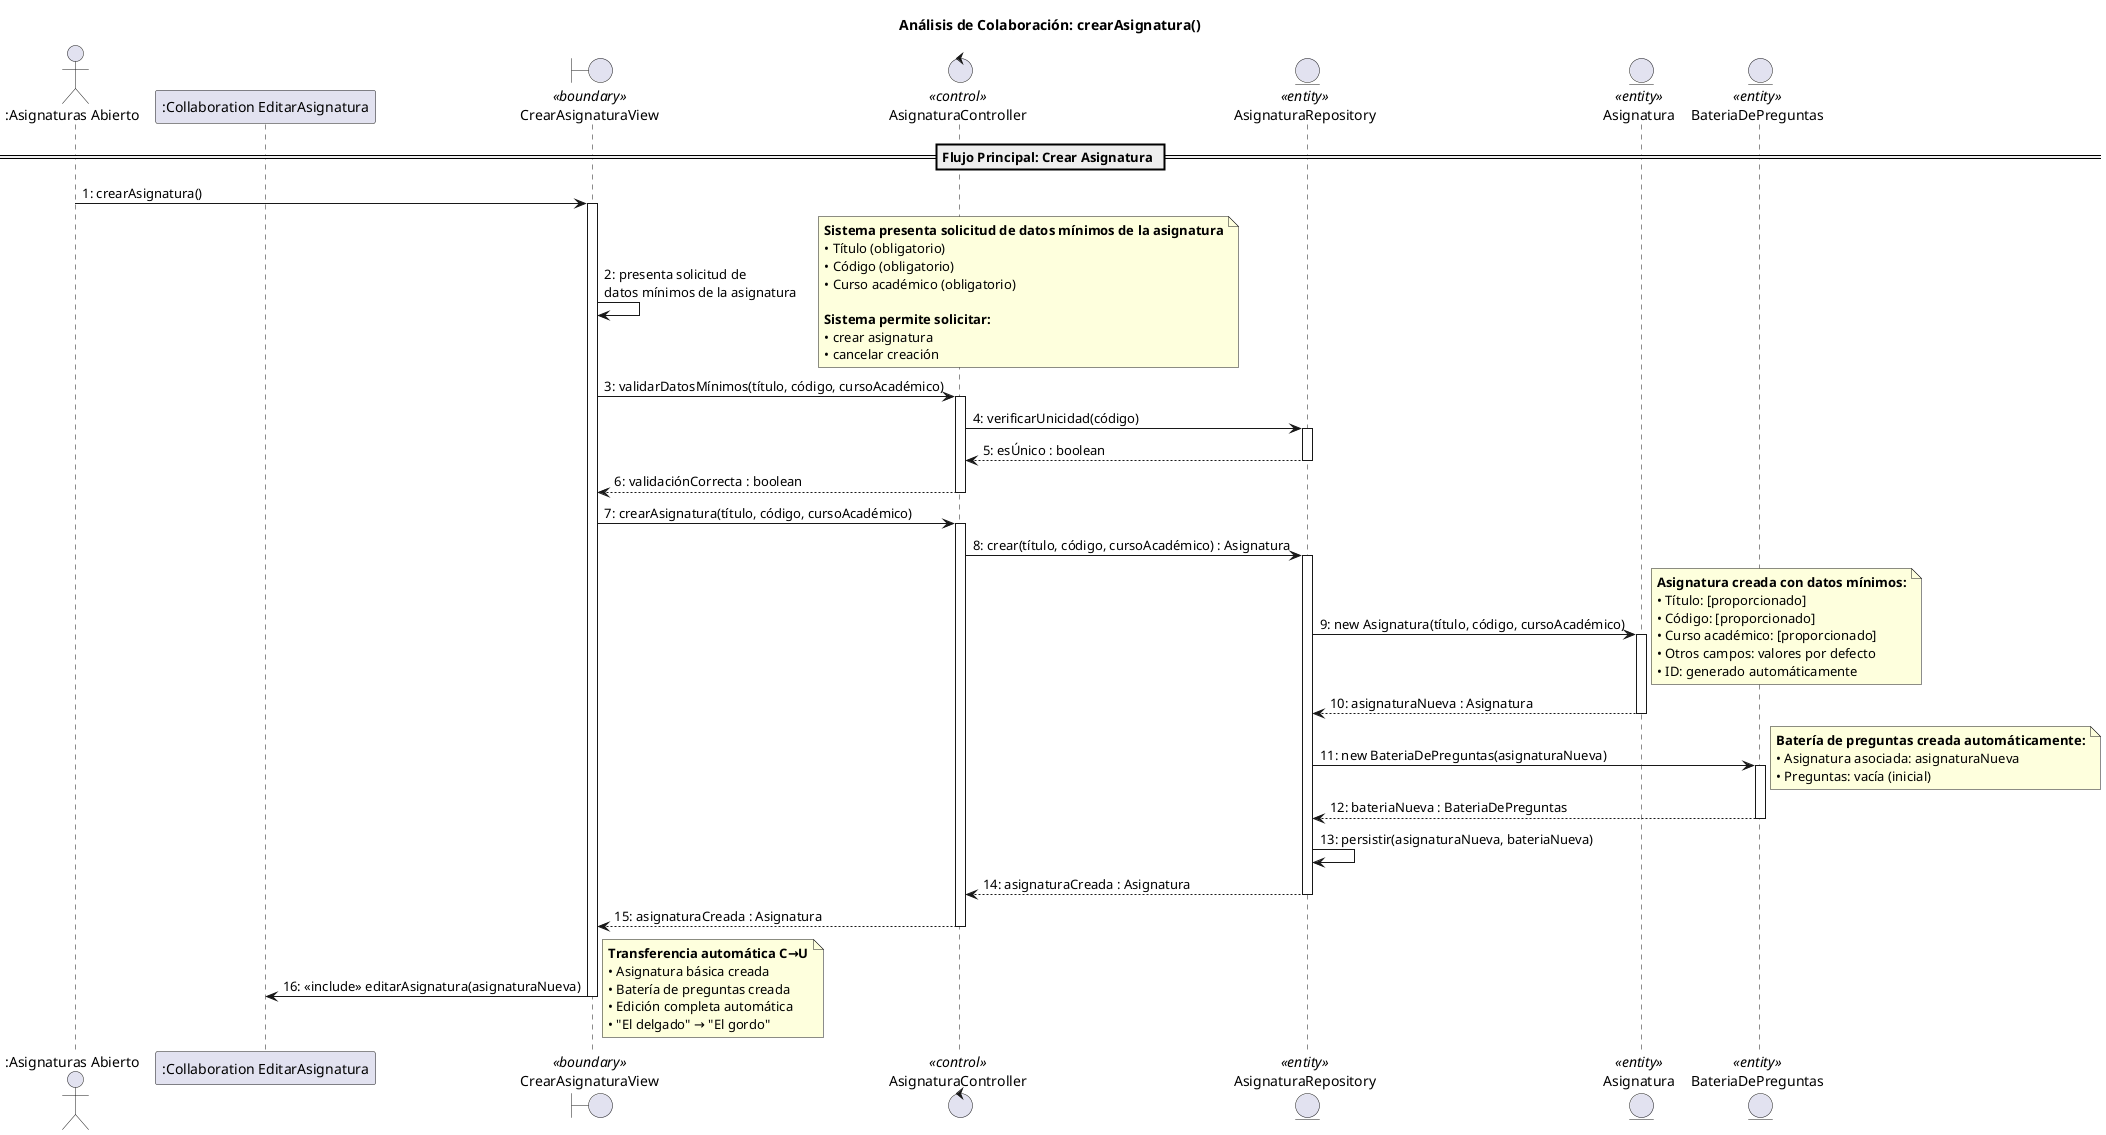
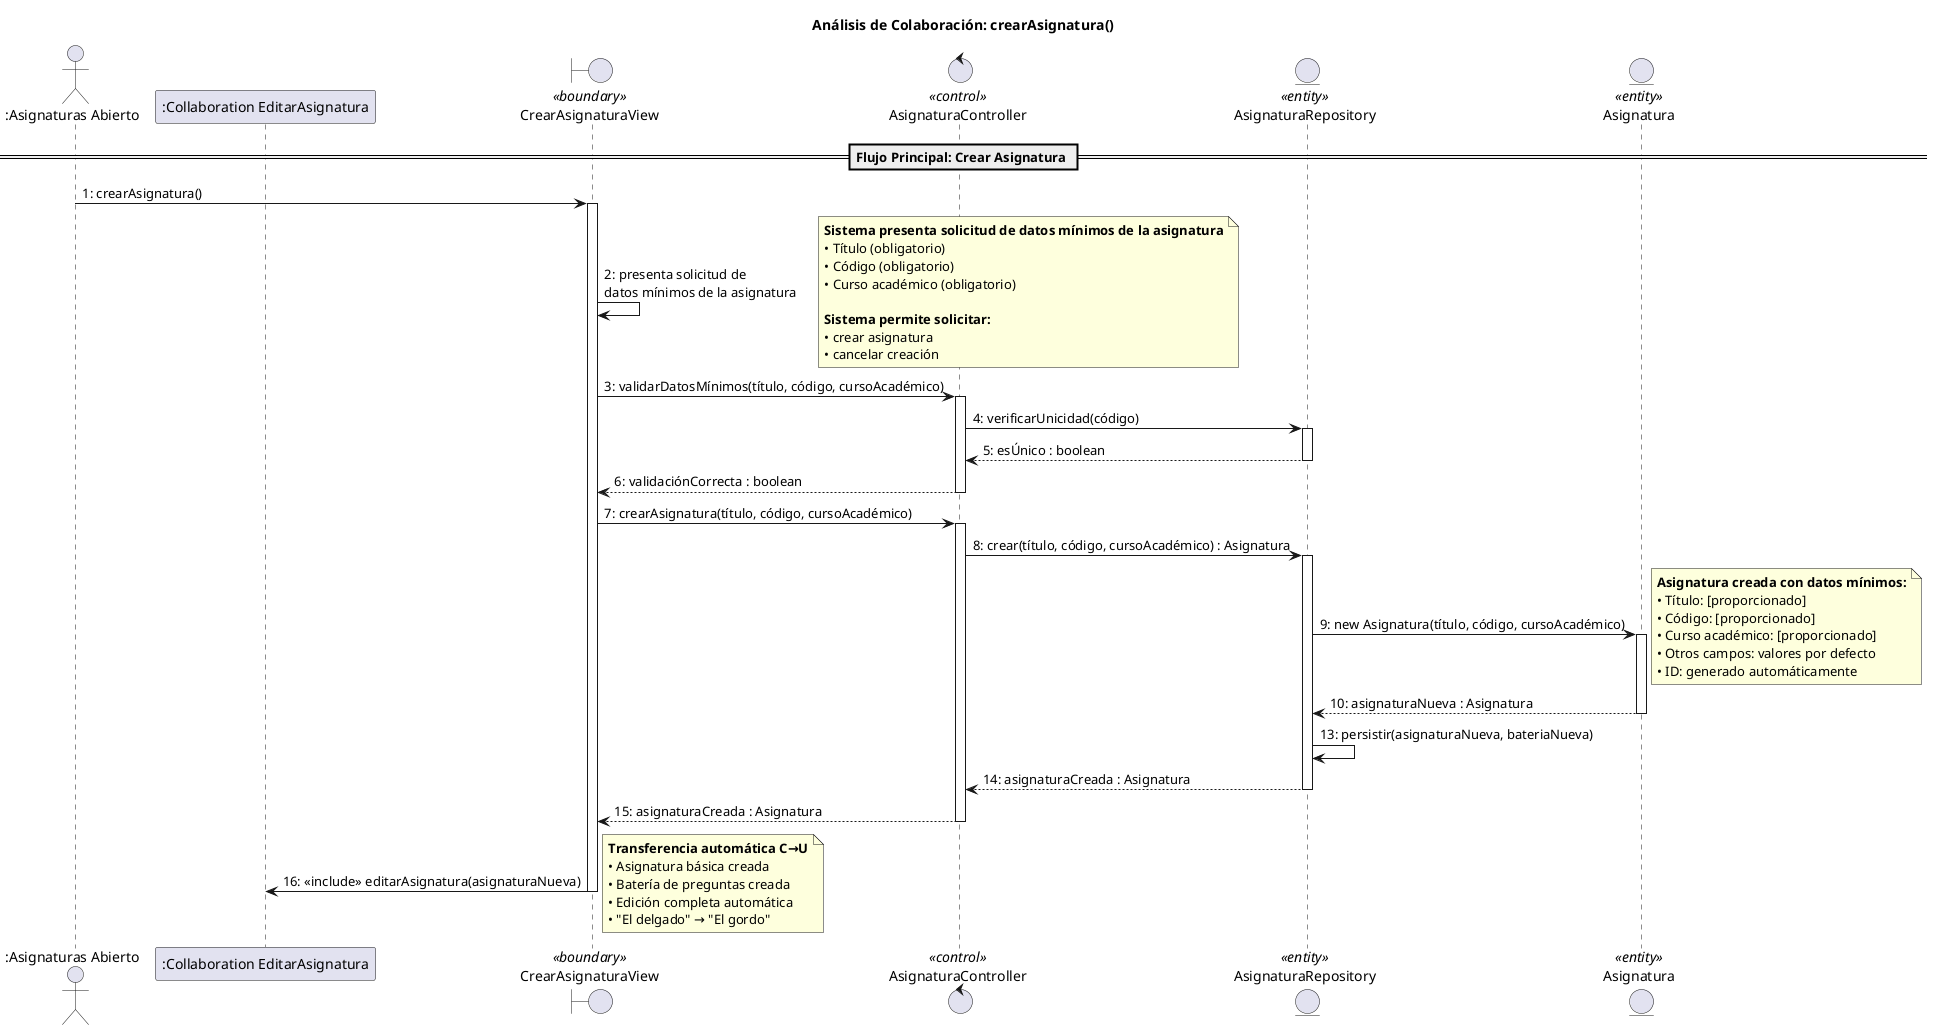
@startuml crearAsignatura-analisis-secuencia

skinparam linetype polyline

' Actores externos
actor ":Asignaturas Abierto" as AsignaturasAbierto
participant ":Collaboration EditarAsignatura" as EditarAsignatura

' Clases de análisis - Vista (Boundary)
boundary "CrearAsignaturaView" as Vista <<boundary>>

' Clases de análisis - Control
control "AsignaturaController" as Controlador <<control>>

' Clases de análisis - Entidad (Entity)
entity "AsignaturaRepository" as Repositorio <<entity>>
entity "Asignatura" as AsignaturaEntity <<entity>>
- entity "BateriaDePreguntas" as BateriaEntity <<entity>>

title Análisis de Colaboración: crearAsignatura()

== Flujo Principal: Crear Asignatura ==

AsignaturasAbierto -> Vista : 1: crearAsignatura()
activate Vista

Vista -> Vista : 2: presenta solicitud de\ndatos mínimos de la asignatura
note right
**Sistema presenta solicitud de datos mínimos de la asignatura**
• Título (obligatorio)
• Código (obligatorio)
• Curso académico (obligatorio)

**Sistema permite solicitar:**
• crear asignatura
• cancelar creación
end note

Vista -> Controlador : 3: validarDatosMínimos(título, código, cursoAcadémico)
activate Controlador

Controlador -> Repositorio : 4: verificarUnicidad(código)
activate Repositorio
Repositorio --> Controlador : 5: esÚnico : boolean
deactivate Repositorio

Controlador --> Vista : 6: validaciónCorrecta : boolean
deactivate Controlador

Vista -> Controlador : 7: crearAsignatura(título, código, cursoAcadémico)
activate Controlador

Controlador -> Repositorio : 8: crear(título, código, cursoAcadémico) : Asignatura
activate Repositorio

Repositorio -> AsignaturaEntity : 9: new Asignatura(título, código, cursoAcadémico)
activate AsignaturaEntity
note right
**Asignatura creada con datos mínimos:**
• Título: [proporcionado]
• Código: [proporcionado]
• Curso académico: [proporcionado]
• Otros campos: valores por defecto
• ID: generado automáticamente
end note

AsignaturaEntity --> Repositorio : 10: asignaturaNueva : Asignatura
deactivate AsignaturaEntity

- Repositorio -> BateriaEntity : 11: new BateriaDePreguntas(asignaturaNueva)
- activate BateriaEntity
- note right
- **Batería de preguntas creada automáticamente:**
- • Asignatura asociada: asignaturaNueva
- • Preguntas: vacía (inicial)
- end note
- 
- BateriaEntity --> Repositorio : 12: bateriaNueva : BateriaDePreguntas
- deactivate BateriaEntity
- 
Repositorio -> Repositorio : 13: persistir(asignaturaNueva, bateriaNueva)
Repositorio --> Controlador : 14: asignaturaCreada : Asignatura
deactivate Repositorio

Controlador --> Vista : 15: asignaturaCreada : Asignatura
deactivate Controlador

Vista -> EditarAsignatura : 16: <<include>> editarAsignatura(asignaturaNueva)
note right
**Transferencia automática C→U**
• Asignatura básica creada
• Batería de preguntas creada
• Edición completa automática
• "El delgado" → "El gordo"
end note

deactivate Vista

@enduml
